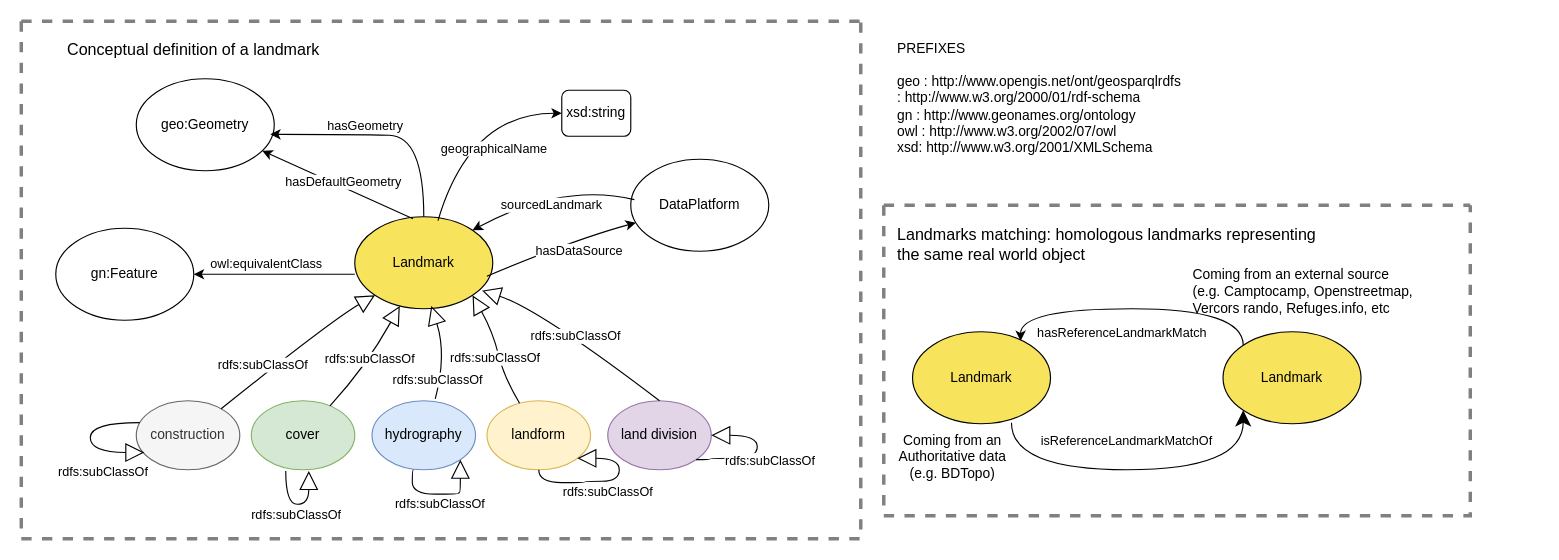
The draw.io diagram diagram/conceptual_model.drawio in umrlastig/landmark-ontology, before the edit. Source tidied: cells renumbered, new cells numbered last; positions are measured from the earlier drawing's top-left corner, leaving out a move shared by most shapes. Both pictures are drawn from the tidied source at 115%, with x=0, y=0 at pixel (21, 21).
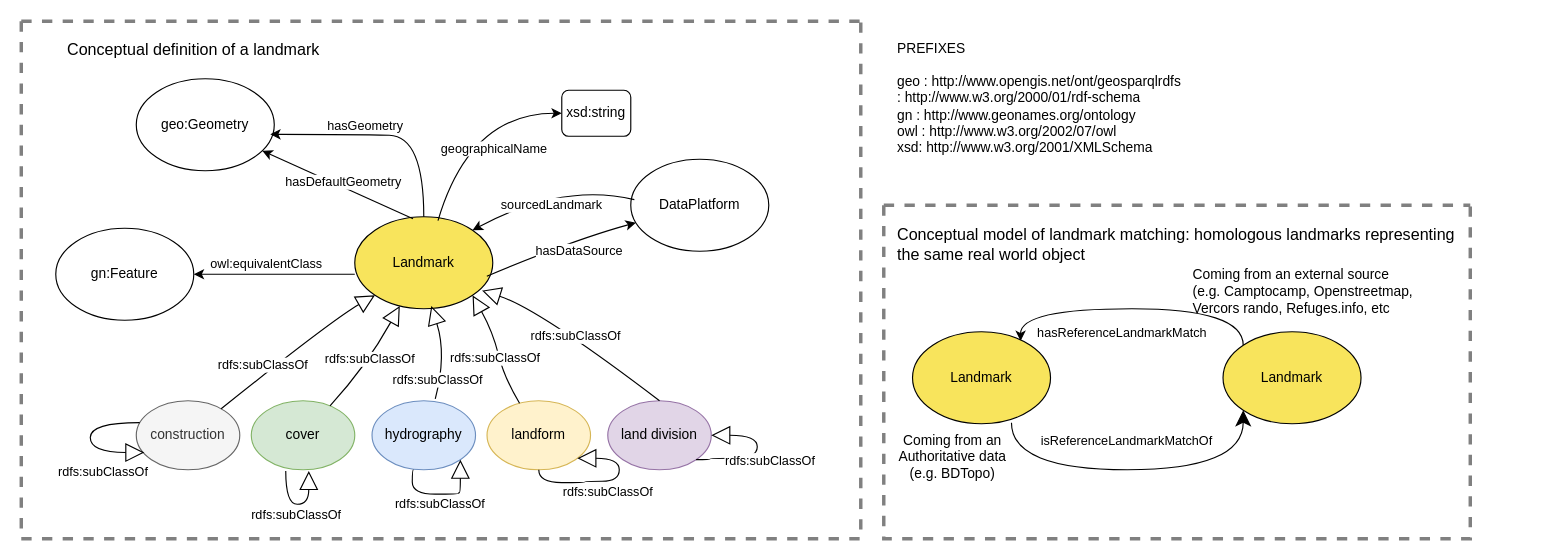
The same page after the edit.

Commit message:
Mettre à jour conceptual_model.drawio

What changed in the source:
```diff
@@
     <mxCell id="42" style="swimlane;startSize=0;dashed=1;strokeWidth=3;strokeColor=#808080;" parent="1" vertex="1">
-      <mxGeometry x="750" y="160" width="510" height="270" as="geometry" />
+      <mxGeometry x="750" y="160" width="510" height="290" as="geometry" />
     </mxCell>
@@
-    <mxCell id="49" value="&lt;div align=&quot;left&quot;&gt;&lt;font style=&quot;font-size: 14px;&quot;&gt;Landmarks matching: homologous landmarks&amp;nbsp;representing&amp;nbsp;&lt;/font&gt;&lt;/div&gt;&lt;div align=&quot;left&quot;&gt;&lt;font style=&quot;font-size: 14px;&quot;&gt;the same real world object&lt;/font&gt;&lt;/div&gt;" style="text;html=1;whiteSpace=wrap;strokeColor=none;fillColor=none;align=left;verticalAlign=middle;rounded=0;" parent="42" vertex="1">
+    <mxCell id="49" value="&lt;div align=&quot;left&quot;&gt;&lt;span&gt;&lt;font style=&quot;font-size: 14px;&quot;&gt;Conceptual model of landmark matching&lt;/font&gt;&lt;/span&gt;&lt;font style=&quot;font-size: 14px;&quot;&gt;: homologous landmarks&amp;nbsp;representing&amp;nbsp;&lt;/font&gt;&lt;/div&gt;&lt;div align=&quot;left&quot;&gt;&lt;font style=&quot;font-size: 14px;&quot;&gt;the same real world object&lt;/font&gt;&lt;/div&gt;" style="text;html=1;whiteSpace=wrap;strokeColor=none;fillColor=none;align=left;verticalAlign=middle;rounded=0;" parent="42" vertex="1">
       <mxGeometry x="10" y="19" width="560" height="30" as="geometry" />
     </mxCell>
```
